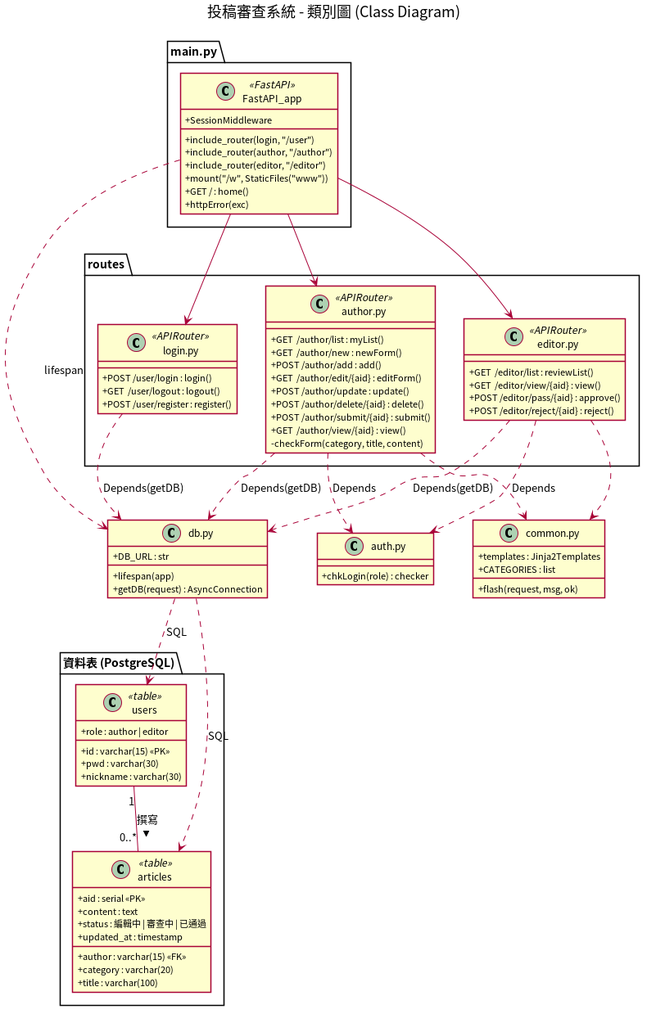
Above: docs/uml/02_class_diagram.png in 617-lyx/1151se_mid (PlantUML), before the change. Its source is kept beside it as docs/uml/02_class_diagram.puml.
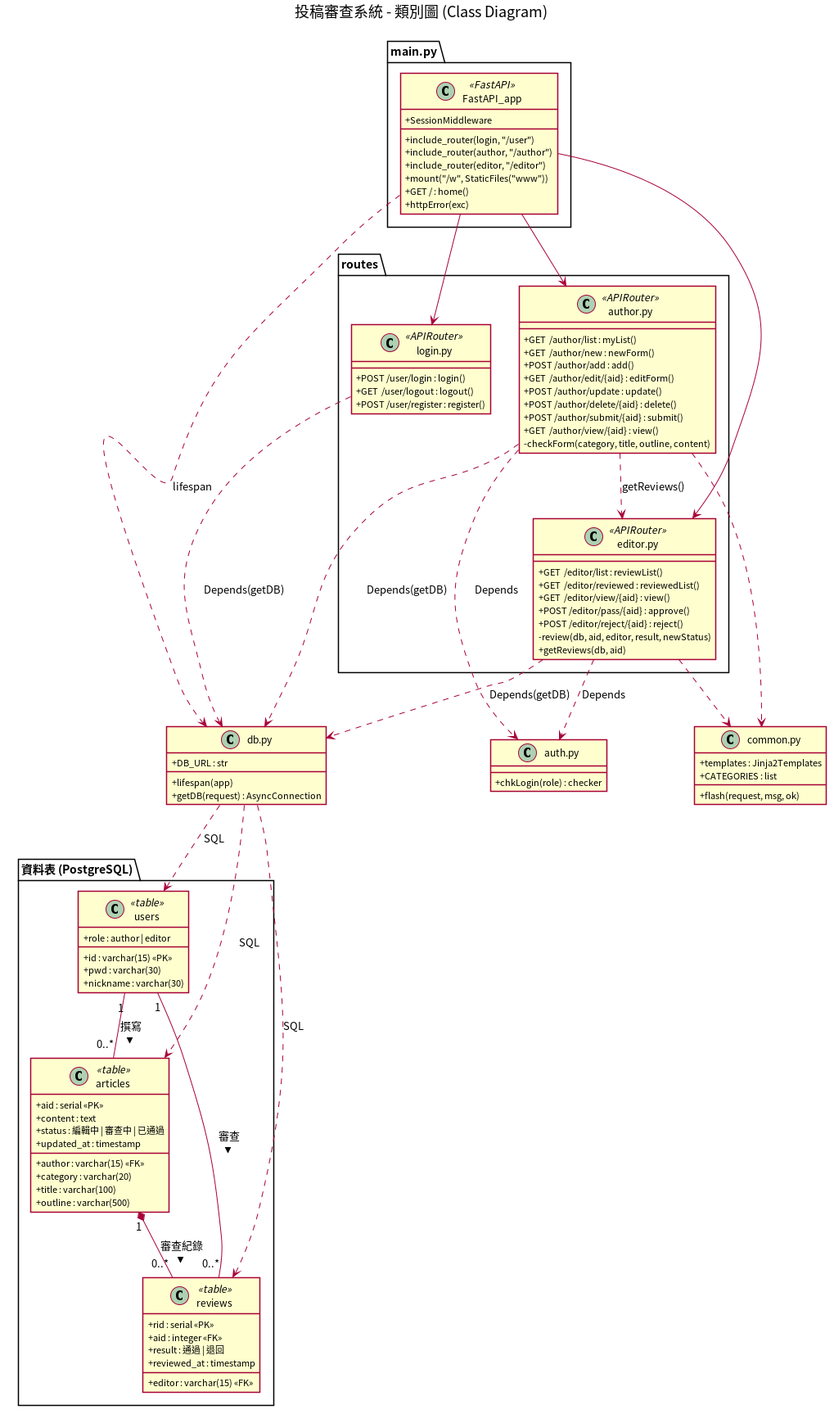
Above is the later version.

The edit, as a diff of the source:
```diff
@@ -32,13 +32,16 @@
     + POST /author/delete/{aid} : delete()
     + POST /author/submit/{aid} : submit()
     + GET  /author/view/{aid} : view()
-    - checkForm(category, title, content)
+    - checkForm(category, title, outline, content)
   }
   class "editor.py" as EditorRouter <<APIRouter>> {
     + GET  /editor/list : reviewList()
+    + GET  /editor/reviewed : reviewedList()
     + GET  /editor/view/{aid} : view()
     + POST /editor/pass/{aid} : approve()
     + POST /editor/reject/{aid} : reject()
+    - review(db, aid, editor, result, newStatus)
+    + getReviews(db, aid)
   }
 }
 
@@ -68,11 +71,11 @@
     + author : varchar(15) <<FK>>
     + category : varchar(20)
     + title : varchar(100)
+    + outline : varchar(500)
     + content : text
     + status : 編輯中 | 審查中 | 已通過
     + updated_at : timestamp
   }
-}
 
 FastAPI_app --> LoginRouter
 FastAPI_app --> AuthorRouter
@@ -87,5 +90,17 @@
 EditorRouter ..> Common
 DB ..> users : SQL
 DB ..> articles : SQL
+  class reviews <<table>> {
+    + rid : serial <<PK>>
+    + aid : integer <<FK>>
+    + editor : varchar(15) <<FK>>
+    + result : 通過 | 退回
+    + reviewed_at : timestamp
+  }
+}
 users "1" -- "0..*" articles : 撰寫 >
+articles "1" *-- "0..*" reviews : 審查紀錄 >
+users "1" -- "0..*" reviews : 審查 >
+DB ..> reviews : SQL
+AuthorRouter ..> EditorRouter : getReviews()
 @enduml
```
